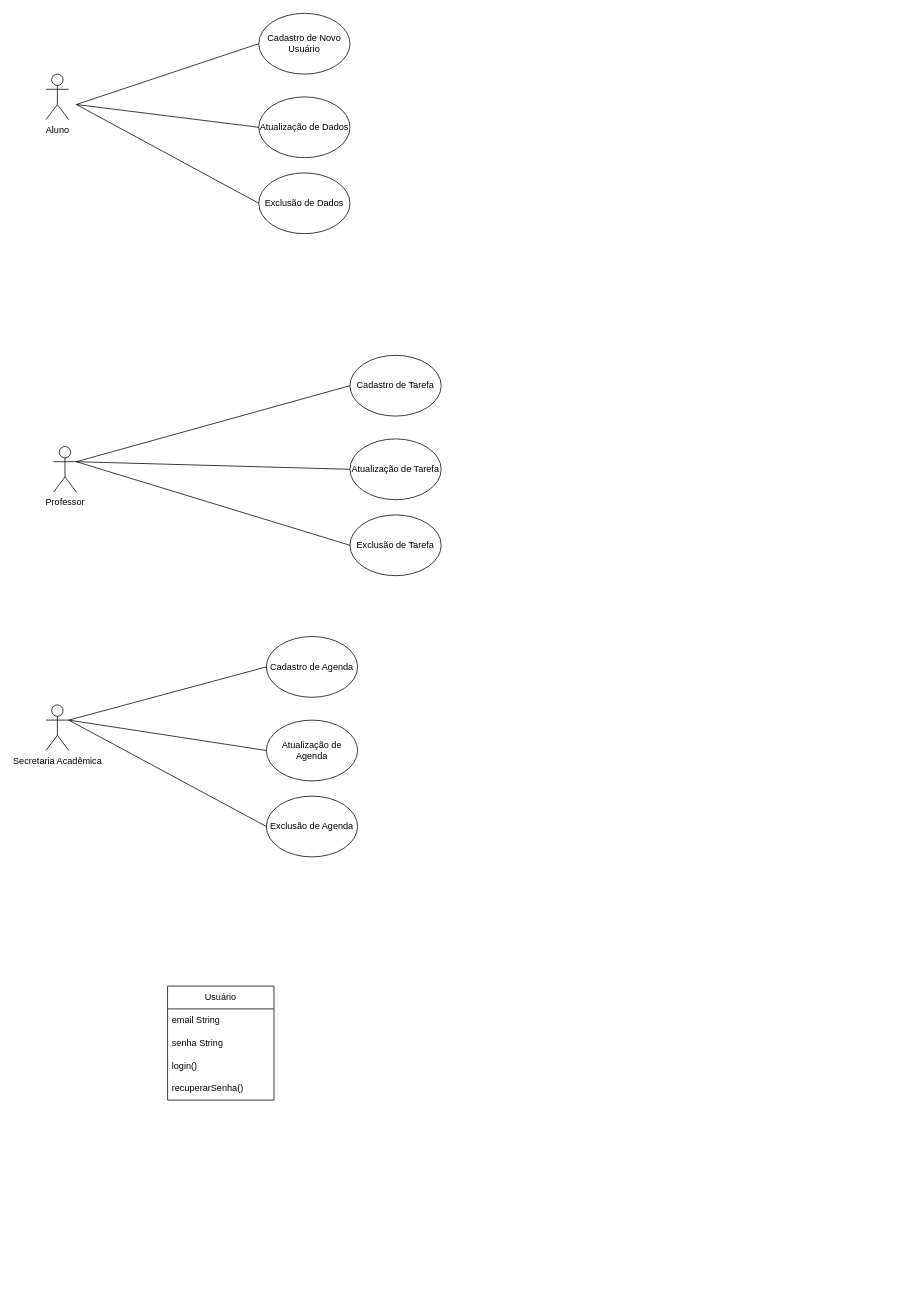
Before: QualASala.drawio in Reimyel/Diagramas, a draw.io diagram. Source tidied: cells renumbered, new cells numbered last; positions are measured from the earlier drawing's top-left corner, leaving out a move shared by most shapes. Both pictures are drawn from the tidied source at 76%, with x=0, y=0 at pixel (46, 13).
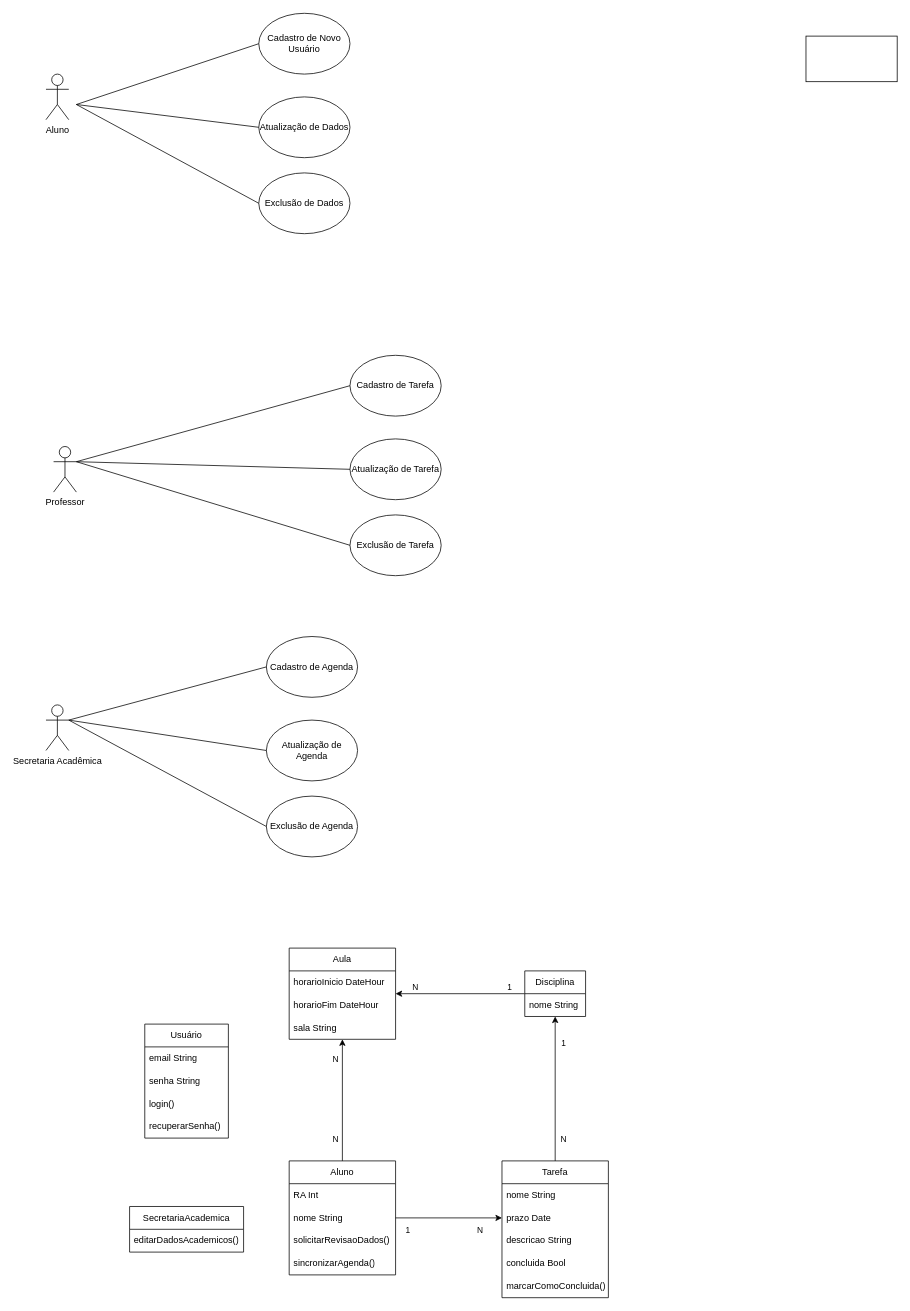
Above is the later version.

What changed in the source:
```diff
@@
     <mxCell id="23" value="Usuário" style="swimlane;fontStyle=0;horizontal=1;startSize=30;whiteSpace=wrap;html=1;" parent="1" vertex="1">
-      <mxGeometry x="160" y="1280" width="140" height="150" as="geometry" />
+      <mxGeometry x="130" y="1330" width="110" height="150" as="geometry" />
     </mxCell>
     <mxCell id="24" value="email String" style="text;strokeColor=none;fillColor=none;align=left;verticalAlign=middle;spacingLeft=4;spacingRight=4;overflow=hidden;whiteSpace=wrap;html=1;" parent="23" vertex="1">
-      <mxGeometry y="30" width="140" height="30" as="geometry" />
+      <mxGeometry y="30" width="110" height="30" as="geometry" />
     </mxCell>
     <mxCell id="25" value="senha String" style="text;strokeColor=none;fillColor=none;align=left;verticalAlign=middle;spacingLeft=4;spacingRight=4;overflow=hidden;whiteSpace=wrap;html=1;" parent="23" vertex="1">
-      <mxGeometry y="60" width="140" height="30" as="geometry" />
+      <mxGeometry y="60" width="110" height="30" as="geometry" />
     </mxCell>
     <mxCell id="26" value="login()" style="text;strokeColor=none;fillColor=none;align=left;verticalAlign=middle;spacingLeft=4;spacingRight=4;overflow=hidden;whiteSpace=wrap;html=1;" parent="23" vertex="1">
-      <mxGeometry y="90" width="140" height="30" as="geometry" />
+      <mxGeometry y="90" width="110" height="30" as="geometry" />
     </mxCell>
     <mxCell id="27" value="recuperarSenha()" style="text;strokeColor=none;fillColor=none;align=left;verticalAlign=middle;spacingLeft=4;spacingRight=4;overflow=hidden;whiteSpace=wrap;html=1;" parent="23" vertex="1">
-      <mxGeometry y="120" width="140" height="30" as="geometry" />
+      <mxGeometry y="120" width="110" height="30" as="geometry" />
     </mxCell>
+    <mxCell id="28" style="edgeStyle=orthogonalEdgeStyle;rounded=0;jettySize=auto;html=1;entryX=0;entryY=0.5;entryDx=0;entryDy=0;" parent="1" edge="1" source="34" target="46">
+      <mxGeometry relative="1" as="geometry" />
+    </mxCell>
+    <mxCell id="29" value="1" style="edgeLabel;html=1;align=center;verticalAlign=middle;" parent="28" vertex="1">
+      <mxGeometry x="-0.78" relative="1" as="geometry">
+        <mxPoint y="15" as="offset" />
+      </mxGeometry>
+    </mxCell>
+    <mxCell id="30" value="N" style="edgeLabel;html=1;align=center;verticalAlign=middle;" parent="28" vertex="1">
+      <mxGeometry x="0.7" y="1" relative="1" as="geometry">
+        <mxPoint x="-9" y="16" as="offset" />
+      </mxGeometry>
+    </mxCell>
+    <mxCell id="31" style="edgeStyle=orthogonalEdgeStyle;rounded=0;jettySize=auto;html=1;" parent="1" edge="1" source="34" target="55">
+      <mxGeometry relative="1" as="geometry" />
+    </mxCell>
+    <mxCell id="32" value="N" style="edgeLabel;html=1;align=center;verticalAlign=middle;" parent="31" vertex="1">
+      <mxGeometry x="-0.64" relative="1" as="geometry">
+        <mxPoint x="-10" as="offset" />
+      </mxGeometry>
+    </mxCell>
+    <mxCell id="33" value="N" style="edgeLabel;html=1;align=center;verticalAlign=middle;" parent="31" vertex="1">
+      <mxGeometry x="0.68" y="-2" relative="1" as="geometry">
+        <mxPoint x="-12" as="offset" />
+      </mxGeometry>
+    </mxCell>
+    <mxCell id="34" value="Aluno" style="swimlane;fontStyle=0;horizontal=1;startSize=30;whiteSpace=wrap;html=1;" parent="1" vertex="1">
+      <mxGeometry x="320" y="1510" width="140" height="150" as="geometry" />
+    </mxCell>
+    <mxCell id="35" value="RA Int" style="text;strokeColor=none;fillColor=none;align=left;verticalAlign=middle;spacingLeft=4;spacingRight=4;overflow=hidden;whiteSpace=wrap;html=1;" parent="34" vertex="1">
+      <mxGeometry y="30" width="140" height="30" as="geometry" />
+    </mxCell>
+    <mxCell id="36" value="nome String" style="text;strokeColor=none;fillColor=none;align=left;verticalAlign=middle;spacingLeft=4;spacingRight=4;overflow=hidden;whiteSpace=wrap;html=1;" parent="34" vertex="1">
+      <mxGeometry y="60" width="140" height="30" as="geometry" />
+    </mxCell>
+    <mxCell id="37" value="&lt;div&gt;solicitarRevisaoDados()&lt;/div&gt;" style="text;strokeColor=none;fillColor=none;align=left;verticalAlign=middle;spacingLeft=4;spacingRight=4;overflow=hidden;whiteSpace=wrap;html=1;" parent="34" vertex="1">
+      <mxGeometry y="90" width="140" height="30" as="geometry" />
+    </mxCell>
+    <mxCell id="38" value="sincronizarAgenda()" style="text;strokeColor=none;fillColor=none;align=left;verticalAlign=middle;spacingLeft=4;spacingRight=4;overflow=hidden;whiteSpace=wrap;html=1;" parent="34" vertex="1">
+      <mxGeometry y="120" width="140" height="30" as="geometry" />
+    </mxCell>
+    <mxCell id="39" value="SecretariaAcademica" style="swimlane;fontStyle=0;horizontal=1;startSize=30;whiteSpace=wrap;html=1;" parent="1" vertex="1">
+      <mxGeometry x="110" y="1570" width="150" height="60" as="geometry" />
+    </mxCell>
+    <mxCell id="40" value="editarDadosAcademicos()" style="text;strokeColor=none;fillColor=none;align=left;verticalAlign=middle;spacingLeft=4;spacingRight=4;overflow=hidden;whiteSpace=wrap;html=1;" parent="39" vertex="1">
+      <mxGeometry y="30" width="150" height="30" as="geometry" />
+    </mxCell>
+    <mxCell id="41" style="edgeStyle=orthogonalEdgeStyle;rounded=0;jettySize=auto;html=1;" parent="1" edge="1" source="44" target="53">
+      <mxGeometry relative="1" as="geometry" />
+    </mxCell>
+    <mxCell id="42" value="N" style="edgeLabel;html=1;align=center;verticalAlign=middle;" parent="41" vertex="1">
+      <mxGeometry x="-0.66" relative="1" as="geometry">
+        <mxPoint x="10" y="3" as="offset" />
+      </mxGeometry>
+    </mxCell>
+    <mxCell id="43" value="1" style="edgeLabel;html=1;align=center;verticalAlign=middle;" parent="41" vertex="1">
+      <mxGeometry x="0.64" y="1" relative="1" as="geometry">
+        <mxPoint x="11" as="offset" />
+      </mxGeometry>
+    </mxCell>
+    <mxCell id="44" value="Tarefa" style="swimlane;fontStyle=0;horizontal=1;startSize=30;whiteSpace=wrap;html=1;" parent="1" vertex="1">
+      <mxGeometry x="600" y="1510" width="140" height="180" as="geometry" />
+    </mxCell>
+    <mxCell id="45" value="&lt;div&gt;nome String&lt;/div&gt;" style="text;strokeColor=none;fillColor=none;align=left;verticalAlign=middle;spacingLeft=4;spacingRight=4;overflow=hidden;whiteSpace=wrap;html=1;" parent="44" vertex="1">
+      <mxGeometry y="30" width="140" height="30" as="geometry" />
+    </mxCell>
+    <mxCell id="46" value="prazo Date" style="text;strokeColor=none;fillColor=none;align=left;verticalAlign=middle;spacingLeft=4;spacingRight=4;overflow=hidden;points=[[0,0.5],[1,0.5]];portConstraint=eastwest;whiteSpace=wrap;html=1;" parent="44" vertex="1">
+      <mxGeometry y="60" width="140" height="30" as="geometry" />
+    </mxCell>
+    <mxCell id="47" value="descricao String" style="text;strokeColor=none;fillColor=none;align=left;verticalAlign=middle;spacingLeft=4;spacingRight=4;overflow=hidden;whiteSpace=wrap;html=1;" parent="44" vertex="1">
+      <mxGeometry y="90" width="140" height="30" as="geometry" />
+    </mxCell>
+    <mxCell id="48" value="concluida Bool" style="text;strokeColor=none;fillColor=none;align=left;verticalAlign=middle;spacingLeft=4;spacingRight=4;overflow=hidden;whiteSpace=wrap;html=1;" parent="44" vertex="1">
+      <mxGeometry y="120" width="140" height="30" as="geometry" />
+    </mxCell>
+    <mxCell id="49" value="marcarComoConcluida()" style="text;strokeColor=none;fillColor=none;align=left;verticalAlign=middle;spacingLeft=4;spacingRight=4;overflow=hidden;whiteSpace=wrap;html=1;" parent="44" vertex="1">
+      <mxGeometry y="150" width="140" height="30" as="geometry" />
+    </mxCell>
+    <mxCell id="50" style="edgeStyle=orthogonalEdgeStyle;rounded=0;jettySize=auto;html=1;" parent="1" edge="1" source="53" target="55">
+      <mxGeometry relative="1" as="geometry" />
+    </mxCell>
+    <mxCell id="51" value="1" style="edgeLabel;html=1;align=center;verticalAlign=middle;" parent="50" vertex="1">
+      <mxGeometry x="-0.77" relative="1" as="geometry">
+        <mxPoint x="-1" y="-10" as="offset" />
+      </mxGeometry>
+    </mxCell>
+    <mxCell id="52" value="N" style="edgeLabel;html=1;align=center;verticalAlign=middle;" parent="50" vertex="1">
+      <mxGeometry x="0.71" relative="1" as="geometry">
+        <mxPoint y="-10" as="offset" />
+      </mxGeometry>
+    </mxCell>
+    <mxCell id="53" value="Disciplina" style="swimlane;fontStyle=0;horizontal=1;startSize=30;whiteSpace=wrap;html=1;" parent="1" vertex="1">
+      <mxGeometry x="630" y="1260" width="80" height="60" as="geometry" />
+    </mxCell>
+    <mxCell id="54" value="nome String" style="text;strokeColor=none;fillColor=none;align=left;verticalAlign=middle;spacingLeft=4;spacingRight=4;overflow=hidden;whiteSpace=wrap;html=1;" parent="53" vertex="1">
+      <mxGeometry y="30" width="80" height="30" as="geometry" />
+    </mxCell>
+    <mxCell id="55" value="Aula" style="swimlane;fontStyle=0;horizontal=1;startSize=30;whiteSpace=wrap;html=1;" parent="1" vertex="1">
+      <mxGeometry x="320" y="1230" width="140" height="120" as="geometry" />
+    </mxCell>
+    <mxCell id="56" value="horarioInicio DateHour" style="text;strokeColor=none;fillColor=none;align=left;verticalAlign=middle;spacingLeft=4;spacingRight=4;overflow=hidden;whiteSpace=wrap;html=1;" parent="55" vertex="1">
+      <mxGeometry y="30" width="140" height="30" as="geometry" />
+    </mxCell>
+    <mxCell id="57" value="horarioFim DateHour" style="text;strokeColor=none;fillColor=none;align=left;verticalAlign=middle;spacingLeft=4;spacingRight=4;overflow=hidden;whiteSpace=wrap;html=1;" parent="55" vertex="1">
+      <mxGeometry y="60" width="140" height="30" as="geometry" />
+    </mxCell>
+    <mxCell id="58" value="sala String" style="text;strokeColor=none;fillColor=none;align=left;verticalAlign=middle;spacingLeft=4;spacingRight=4;overflow=hidden;whiteSpace=wrap;html=1;" parent="55" vertex="1">
+      <mxGeometry y="90" width="140" height="30" as="geometry" />
+    </mxCell>
+    <mxCell id="59" style="rounded=0;whiteSpace=wrap;html=1;" parent="1" vertex="1">
+      <mxGeometry x="1000" y="30" width="120" height="60" as="geometry" />
+    </mxCell>
```
